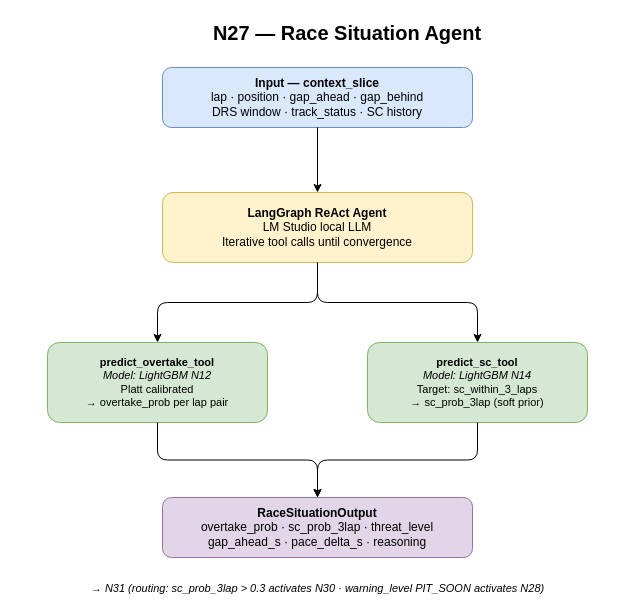
Above: documents/dev_docs/diagrams/agents/N27_race_situation_agent.drawio in VforVitorio/F1-StratLab (draw.io), before the change. Source tidied: cells renumbered, new cells numbered last; positions are measured from the earlier drawing's top-left corner, leaving out a move shared by most shapes. Both pictures are drawn from the tidied source at 100%, with x=0, y=0 at pixel (17, 17).
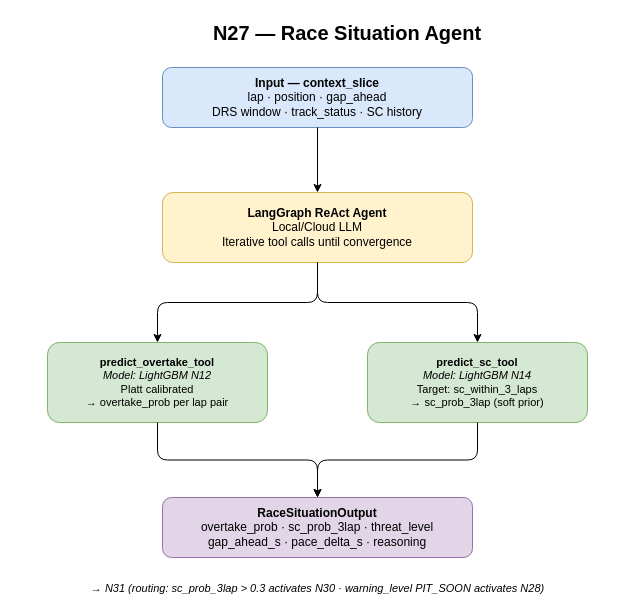
Above is the later version.

Commit message:
updated N27 race situation agent diagram

The edit, as a diff of the source:
```diff
@@
 <mxGraphModel>
   <root>
     <mxCell id="0" />
     <mxCell id="1" parent="0" />
     <mxCell id="2" value="N27 — Race Situation Agent" style="text;html=1;strokeColor=none;fillColor=none;align=center;verticalAlign=middle;whiteSpace=wrap;fontSize=20;fontStyle=1;" parent="1" vertex="1">
       <mxGeometry x="80" width="500" height="30" as="geometry" />
     </mxCell>
-    <mxCell id="3" value="&lt;b&gt;Input — context_slice&lt;/b&gt;&lt;br/&gt;lap · position · gap_ahead · gap_behind&lt;br/&gt;DRS window · track_status · SC history" style="rounded=1;whiteSpace=wrap;html=1;fillColor=#dae8fc;strokeColor=#6c8ebf;" parent="1" vertex="1">
+    <mxCell id="3" value="&lt;b&gt;Input — context_slice&lt;/b&gt;&lt;br/&gt;lap · position · gap_ahead&lt;br/&gt;DRS window · track_status · SC history" style="rounded=1;whiteSpace=wrap;html=1;fillColor=#dae8fc;strokeColor=#6c8ebf;" parent="1" vertex="1">
       <mxGeometry x="145" y="50" width="310" height="60" as="geometry" />
     </mxCell>
-    <mxCell id="4" value="&lt;b&gt;LangGraph ReAct Agent&lt;/b&gt;&lt;br/&gt;LM Studio local LLM&lt;br/&gt;Iterative tool calls until convergence" style="rounded=1;whiteSpace=wrap;html=1;fillColor=#fff2cc;strokeColor=#d6b656;" parent="1" vertex="1">
+    <mxCell id="4" value="&lt;b&gt;LangGraph ReAct Agent&lt;/b&gt;&lt;br/&gt;Local/Cloud LLM&lt;br/&gt;Iterative tool calls until convergence" style="rounded=1;whiteSpace=wrap;html=1;fillColor=#fff2cc;strokeColor=#d6b656;" parent="1" vertex="1">
       <mxGeometry x="145" y="175" width="310" height="70" as="geometry" />
     </mxCell>
     <mxCell id="5" value="&lt;b&gt;predict_overtake_tool&lt;/b&gt;&lt;br/&gt;&lt;i&gt;Model: LightGBM N12&lt;/i&gt;&lt;br/&gt;Platt calibrated&lt;br/&gt;→ overtake_prob per lap pair" style="rounded=1;whiteSpace=wrap;html=1;fillColor=#d5e8d4;strokeColor=#82b366;fontSize=11;" parent="1" vertex="1">
       <mxGeometry x="30" y="325" width="220" height="80" as="geometry" />
     </mxCell>
     <mxCell id="6" value="&lt;b&gt;predict_sc_tool&lt;/b&gt;&lt;br/&gt;&lt;i&gt;Model: LightGBM N14&lt;/i&gt;&lt;br/&gt;Target: sc_within_3_laps&lt;br/&gt;→ sc_prob_3lap (soft prior)" style="rounded=1;whiteSpace=wrap;html=1;fillColor=#d5e8d4;strokeColor=#82b366;fontSize=11;" parent="1" vertex="1">
       <mxGeometry x="350" y="325" width="220" height="80" as="geometry" />
     </mxCell>
     <mxCell id="7" value="&lt;b&gt;RaceSituationOutput&lt;/b&gt;&lt;br/&gt;overtake_prob · sc_prob_3lap · threat_level&lt;br/&gt;gap_ahead_s · pace_delta_s · reasoning" style="rounded=1;whiteSpace=wrap;html=1;fillColor=#e1d5e7;strokeColor=#9673a6;" parent="1" vertex="1">
       <mxGeometry x="145" y="480" width="310" height="60" as="geometry" />
     </mxCell>
     <mxCell id="8" value="→ N31 (routing: sc_prob_3lap &gt; 0.3 activates N30 · warning_level PIT_SOON activates N28)" style="text;html=1;strokeColor=none;fillColor=none;align=center;fontStyle=2;fontSize=11;" parent="1" vertex="1">
       <mxGeometry y="558" width="600" height="20" as="geometry" />
     </mxCell>
     <mxCell id="9" style="edgeStyle=orthogonalEdgeStyle;" parent="1" edge="1" source="3" target="4">
       <mxGeometry relative="1" as="geometry" />
     </mxCell>
     <mxCell id="10" style="edgeStyle=orthogonalEdgeStyle;" parent="1" edge="1" source="4" target="5">
       <mxGeometry relative="1" as="geometry" />
     </mxCell>
     <mxCell id="11" style="edgeStyle=orthogonalEdgeStyle;" parent="1" edge="1" source="4" target="6">
       <mxGeometry relative="1" as="geometry" />
     </mxCell>
     <mxCell id="12" style="edgeStyle=orthogonalEdgeStyle;" parent="1" edge="1" source="5" target="7">
       <mxGeometry relative="1" as="geometry" />
     </mxCell>
     <mxCell id="13" style="edgeStyle=orthogonalEdgeStyle;" parent="1" edge="1" source="6" target="7">
       <mxGeometry relative="1" as="geometry" />
     </mxCell>
   </root>
 </mxGraphModel>
```
